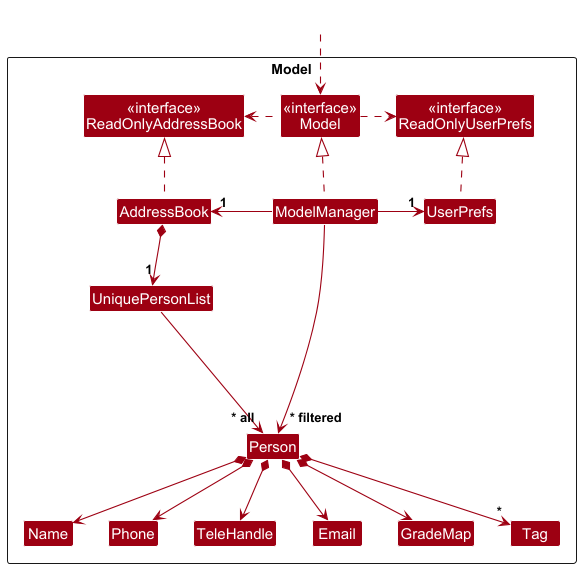
Before: docs/images/ModelClassDiagram.png, a diagram exported from PlantUML (salmonkarp/tp).
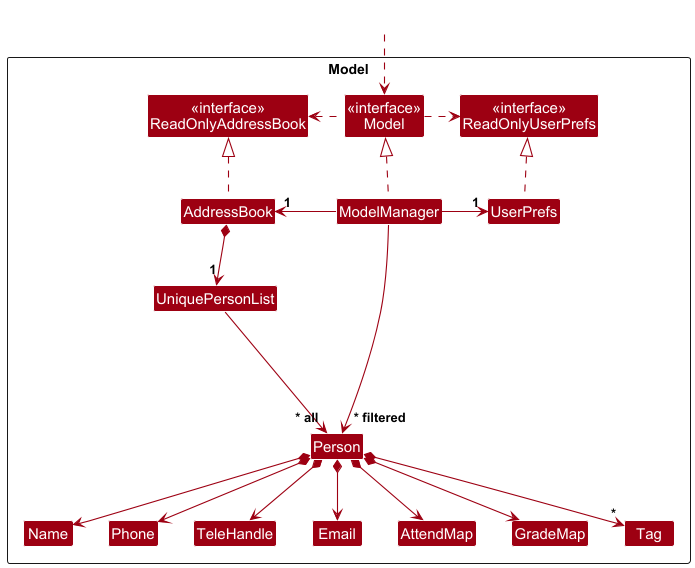
After the commit.

The edit, as a diff of the source:
```diff
@@ -18,7 +18,8 @@
 Class Email
 Class Name
 Class Phone
-class GradeMap
+Class AttendMap
+Class GradeMap
 Class Tag
 
 Class I #FFFFFF
@@ -42,6 +43,7 @@
 Person *--> Phone
 Person *--> Email
 Person *--> TeleHandle
+Person *--> AttendMap
 Person *--> GradeMap
 Person *--> "*" Tag
 
```
